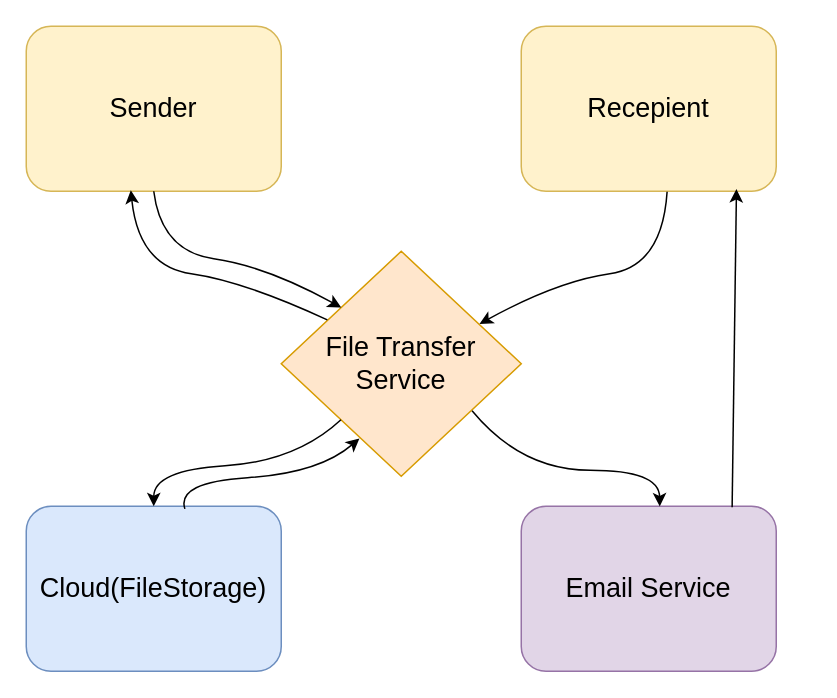
Before: file_exchanger/docs/context.drawio in Turik06/test-git-fossdev, a draw.io diagram. Source tidied: cells renumbered, new cells numbered last; positions are measured from the earlier drawing's top-left corner, leaving out a move shared by most shapes. Both pictures are drawn from the tidied source at 150%, with x=0, y=0 at pixel (26, 26).
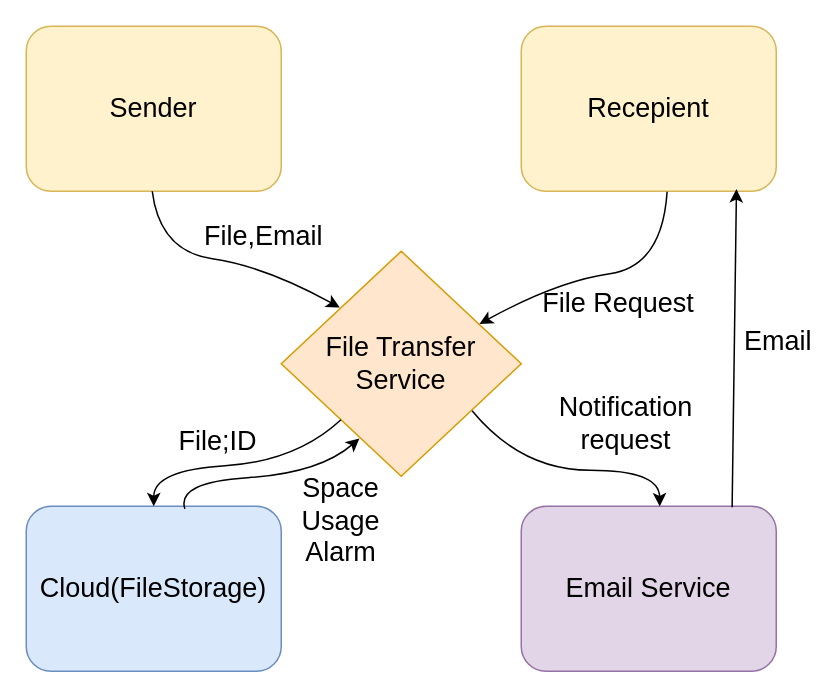
Above is the later version.

Commit message:
Added system wide objects to context

Unchanged cells that the change refers to:
```xml
<mxCell id="2" value="File Transfer Service" style="rhombus;whiteSpace=wrap;html=1;fontSize=18;fillColor=#ffe6cc;strokeColor=#d79b00;" parent="1" vertex="1">
  <mxGeometry x="170" y="150" width="160" height="150" as="geometry" />
</mxCell>
<mxCell id="3" value="Sender" style="rounded=1;whiteSpace=wrap;html=1;fontSize=18;fillColor=#fff2cc;strokeColor=#d6b656;" parent="1" vertex="1">
  <mxGeometry width="170" height="110" as="geometry" />
</mxCell>
<mxCell id="4" value="Recepient" style="rounded=1;whiteSpace=wrap;html=1;fontSize=18;fillColor=#fff2cc;strokeColor=#d6b656;" parent="1" vertex="1">
  <mxGeometry x="330" width="170" height="110" as="geometry" />
</mxCell>
<mxCell id="6" value="Email Service" style="rounded=1;whiteSpace=wrap;html=1;fontSize=18;fillColor=#e1d5e7;strokeColor=#9673a6;" parent="1" vertex="1">
  <mxGeometry x="330" y="320" width="170" height="110" as="geometry" />
</mxCell>
```

Diff of the diagram source:
```diff
@@
-    <mxCell id="7" style="curved=1;endArrow=classic;html=1;rounded=0;entryX=0;entryY=0;entryDx=0;entryDy=0;exitX=0.5;exitY=1;exitDx=0;exitDy=0;fontSize=18;" parent="1" edge="1" source="3" target="2">
+    <mxCell id="7" style="curved=1;endArrow=classic;html=1;rounded=0;entryX=0;entryY=0;entryDx=0;entryDy=0;exitX=0.5;exitY=1;exitDx=0;exitDy=0;fontSize=18;" parent="1" edge="1">
       <mxGeometry relative="1" as="geometry">
+        <mxPoint x="84" y="110" as="sourcePoint" />
+        <mxPoint x="209" y="187.5" as="targetPoint" />
         <Array as="points">
-          <mxPoint x="90" y="150" />
-          <mxPoint x="160" y="160" />
+          <mxPoint x="89" y="150" />
+          <mxPoint x="159" y="160" />
         </Array>
       </mxGeometry>
     </mxCell>
-    <mxCell id="8" style="curved=1;endArrow=none;html=1;rounded=0;entryX=0.192;entryY=0.305;entryDx=0;entryDy=0;exitX=0.41;exitY=0.994;exitDx=0;exitDy=0;exitPerimeter=0;endFill=0;startArrow=classic;startFill=1;entryPerimeter=0;fontSize=18;" parent="1" edge="1" source="3" target="2">
-      <mxGeometry relative="1" as="geometry">
-        <Array as="points">
-          <mxPoint x="75" y="160" />
-          <mxPoint x="145" y="170" />
-        </Array>
-      </mxGeometry>
-    </mxCell>
+    <mxCell id="14" value="&lt;div&gt;&lt;font style=&quot;font-size: 18px;&quot;&gt;File,Email&lt;/font&gt;&lt;/div&gt;" style="edgeLabel;html=1;align=center;verticalAlign=middle;" parent="7" vertex="1">
+      <mxGeometry x="0.13" y="-2" relative="1" as="geometry">
+        <mxPoint x="15" y="-20" as="offset" />
+      </mxGeometry>
+    </mxCell>
@@
     <mxCell id="12" style="curved=1;endArrow=none;html=1;rounded=0;endFill=0;startArrow=classic;startFill=1;fontSize=18;entryX=0.827;entryY=0.006;entryDx=0;entryDy=0;entryPerimeter=0;exitX=0.844;exitY=0.987;exitDx=0;exitDy=0;exitPerimeter=0;" parent="1" edge="1" source="4" target="6">
-      <mxGeometry relative="1" as="geometry">
-        <Array as="points">
-          <mxPoint x="472" y="210" />
-        </Array>
-      </mxGeometry>
+      <mxGeometry relative="1" as="geometry" />
     </mxCell>
+    <mxCell id="15" value="&lt;font style=&quot;font-size: 18px;&quot;&gt;Email&lt;/font&gt;" style="edgeLabel;html=1;align=center;verticalAlign=middle;" parent="12" vertex="1">
+      <mxGeometry x="-0.13" y="4" relative="1" as="geometry">
+        <mxPoint x="24" y="9" as="offset" />
+      </mxGeometry>
+    </mxCell>
@@
+    <mxCell id="16" value="&lt;div&gt;&lt;font style=&quot;font-size: 18px;&quot;&gt;Notification request&lt;/font&gt;&lt;/div&gt;" style="text;html=1;whiteSpace=wrap;strokeColor=none;fillColor=none;align=center;verticalAlign=middle;rounded=0;" parent="1" vertex="1">
+      <mxGeometry x="350" y="250" width="100" height="30" as="geometry" />
+    </mxCell>
+    <mxCell id="17" value="&lt;div&gt;&lt;font style=&quot;font-size: 18px;&quot;&gt;File Request&lt;/font&gt;&lt;/div&gt;" style="text;html=1;whiteSpace=wrap;strokeColor=none;fillColor=none;align=center;verticalAlign=middle;rounded=0;" parent="1" vertex="1">
+      <mxGeometry x="340" y="170" width="110" height="30" as="geometry" />
+    </mxCell>
+    <mxCell id="18" value="&lt;font style=&quot;font-size: 18px;&quot;&gt;File;ID&lt;/font&gt;" style="text;whiteSpace=wrap;html=1;" parent="1" vertex="1">
+      <mxGeometry x="100" y="260" width="60" height="50" as="geometry" />
+    </mxCell>
+    <mxCell id="19" value="&lt;div&gt;&lt;font style=&quot;font-size: 18px;&quot;&gt;Space Usage Alarm&lt;/font&gt;&lt;/div&gt;" style="text;html=1;whiteSpace=wrap;strokeColor=none;fillColor=none;align=center;verticalAlign=middle;rounded=0;" parent="1" vertex="1">
+      <mxGeometry x="180" y="300" width="60" height="60" as="geometry" />
+    </mxCell>
```
